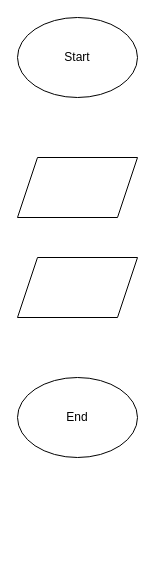
The draw.io diagram Untitled Diagram.drawio in davesdaughter/CST-105, before the edit. Source tidied: cells renumbered, new cells numbered last; positions are measured from the earlier drawing's top-left corner, leaving out a move shared by most shapes. Both pictures are drawn from the tidied source at 100%, with x=0, y=0 at pixel (17, 17).
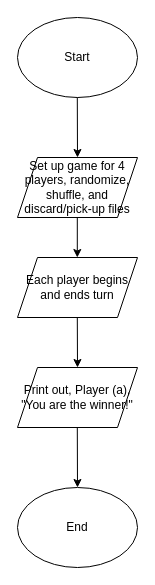
The same page after the edit.

What changed in the source:
```diff
@@
 <mxGraphModel>
   <root>
     <mxCell id="0" />
     <mxCell id="1" parent="0" />
     <mxCell id="2" value="Start" style="ellipse;whiteSpace=wrap;html=1;" parent="1" vertex="1">
       <mxGeometry width="120" height="80" as="geometry" />
     </mxCell>
-    <mxCell id="3" style="shape=parallelogram;perimeter=parallelogramPerimeter;whiteSpace=wrap;html=1;fixedSize=1;" parent="1" vertex="1">
+    <mxCell id="3" value="Set up game for 4 players, randomize, shuffle, and discard/pick-up files" style="shape=parallelogram;perimeter=parallelogramPerimeter;whiteSpace=wrap;html=1;fixedSize=1;" parent="1" vertex="1">
       <mxGeometry y="140" width="120" height="60" as="geometry" />
     </mxCell>
-    <mxCell id="4" style="shape=parallelogram;perimeter=parallelogramPerimeter;whiteSpace=wrap;html=1;fixedSize=1;" parent="1" vertex="1">
+    <mxCell id="4" value="Each player begins and ends turn" style="shape=parallelogram;perimeter=parallelogramPerimeter;whiteSpace=wrap;html=1;fixedSize=1;" parent="1" vertex="1">
       <mxGeometry y="240" width="120" height="60" as="geometry" />
     </mxCell>
     <mxCell id="5" value="End" style="ellipse;whiteSpace=wrap;html=1;" parent="1" vertex="1">
-      <mxGeometry y="360" width="120" height="80" as="geometry" />
+      <mxGeometry y="470" width="120" height="80" as="geometry" />
     </mxCell>
+    <mxCell id="6" value="&lt;font style=&quot;font-size: 12px&quot;&gt;Print out, Player (a), &quot;You are the winner!&quot;&lt;/font&gt;" style="shape=parallelogram;perimeter=parallelogramPerimeter;whiteSpace=wrap;html=1;fixedSize=1;" parent="1" vertex="1">
+      <mxGeometry y="350" width="120" height="60" as="geometry" />
+    </mxCell>
+    <mxCell id="7" style="endArrow=classic;html=1;" parent="1" edge="1">
+      <mxGeometry relative="1" as="geometry">
+        <mxPoint x="59.8" y="200" as="sourcePoint" />
+        <mxPoint x="59.8" y="240" as="targetPoint" />
+      </mxGeometry>
+    </mxCell>
+    <mxCell id="8" style="endArrow=classic;html=1;entryX=0.5;entryY=0;entryDx=0;entryDy=0;" parent="1" edge="1" target="6">
+      <mxGeometry relative="1" as="geometry">
+        <mxPoint x="59.8" y="300" as="sourcePoint" />
+      </mxGeometry>
+    </mxCell>
+    <mxCell id="9" style="endArrow=classic;html=1;entryX=0.5;entryY=0;entryDx=0;entryDy=0;" parent="1" edge="1" target="5">
+      <mxGeometry relative="1" as="geometry">
+        <mxPoint x="59.8" y="410" as="sourcePoint" />
+      </mxGeometry>
+    </mxCell>
+    <mxCell id="10" style="endArrow=classic;html=1;entryX=0.5;entryY=0;entryDx=0;entryDy=0;" parent="1" edge="1" target="3">
+      <mxGeometry relative="1" as="geometry">
+        <mxPoint x="59.8" y="80" as="sourcePoint" />
+      </mxGeometry>
+    </mxCell>
   </root>
 </mxGraphModel>
```
